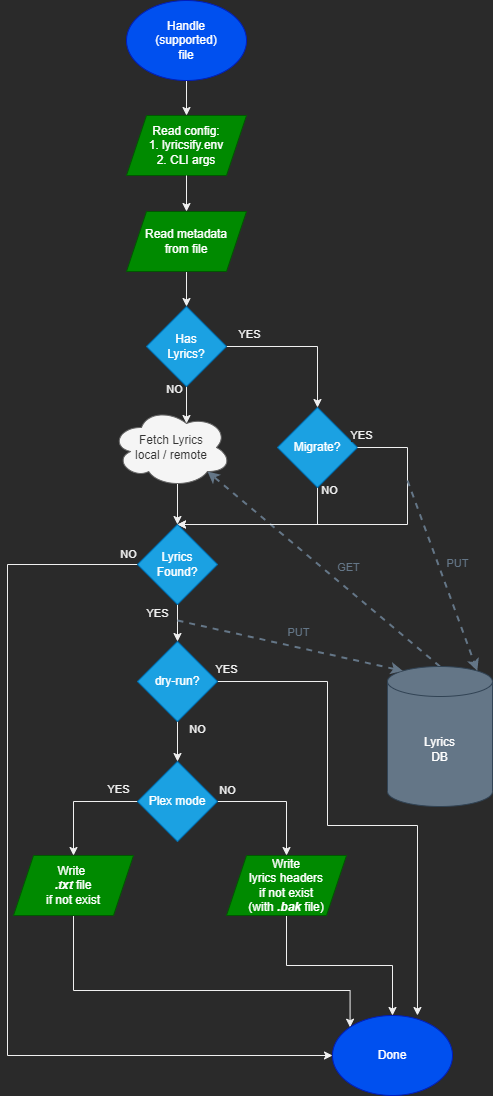
yoavain/lyricsify-cli keeps this draw.io diagram as docs/flow-chart.drawio.png. Above is the earlier version. Source tidied: cells renumbered, new cells last; positions are measured from the earlier drawing's top-left corner, leaving out a move shared by most shapes.
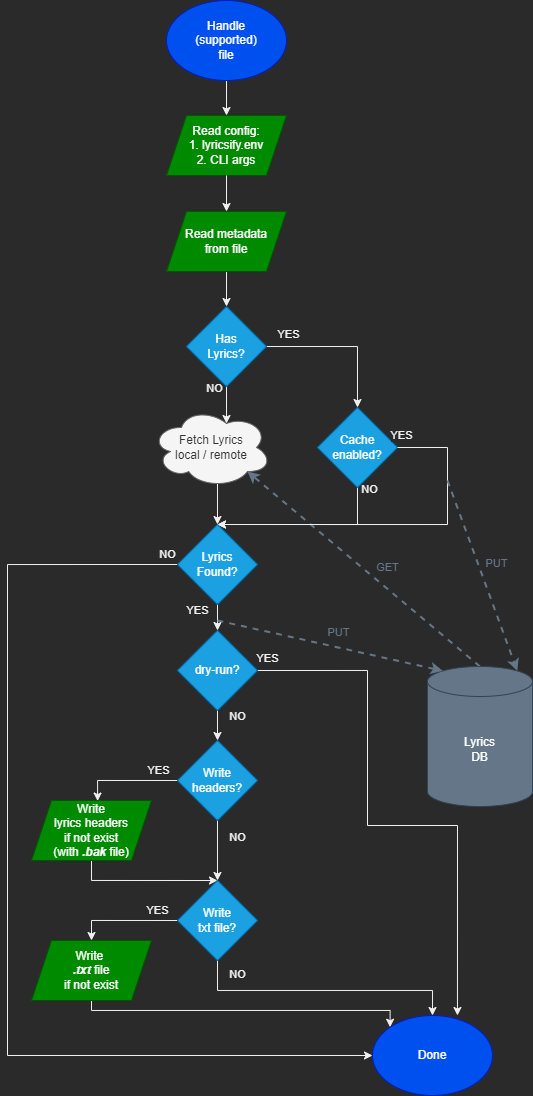
After the commit.

Commit message:
Flow chart change

Change to the diagram source:
```diff
@@ -21,7 +21,7 @@
         </Array>
       </mxGeometry>
     </mxCell>
-    <mxCell id="7" value="Migrate?" style="rhombus;whiteSpace=wrap;html=1;fillColor=#1ba1e2;fontColor=#ffffff;strokeColor=#006EAF;" parent="1" vertex="1">
+    <mxCell id="7" value="Cache enabled?" style="rhombus;whiteSpace=wrap;html=1;fillColor=#1ba1e2;fontColor=#ffffff;strokeColor=#006EAF;" parent="1" vertex="1">
       <mxGeometry x="270" y="407" width="80" height="80" as="geometry" />
     </mxCell>
     <mxCell id="8" value="GET" style="rounded=0;jettySize=auto;html=1;exitX=0.5;exitY=0;exitDx=0;exitDy=0;exitPerimeter=0;entryX=0.8;entryY=0.8;entryDx=0;entryDy=0;entryPerimeter=0;fontColor=#647687;dashed=1;strokeColor=#647687;strokeWidth=2;" parent="1" edge="1" source="9" target="11">
@@ -57,8 +57,8 @@
     <mxCell id="18" value="NO" style="edgeStyle=orthogonalEdgeStyle;rounded=0;jettySize=auto;html=1;exitX=0;exitY=0.5;exitDx=0;exitDy=0;entryX=0;entryY=0.5;entryDx=0;entryDy=0;" parent="1" edge="1" source="19" target="32">
       <mxGeometry x="-0.98" y="-10" relative="1" as="geometry">
         <Array as="points">
-          <mxPoint y="564" />
-          <mxPoint y="1055" />
+          <mxPoint x="-40" y="564" />
+          <mxPoint x="-40" y="1055" />
         </Array>
       </mxGeometry>
     </mxCell>
@@ -71,14 +71,14 @@
     <mxCell id="21" value="YES" style="edgeStyle=orthogonalEdgeStyle;rounded=0;jettySize=auto;html=1;exitX=1;exitY=0.5;exitDx=0;exitDy=0;entryX=0.708;entryY=0;entryDx=0;entryDy=0;entryPerimeter=0;" parent="1" edge="1" source="22" target="32">
       <mxGeometry x="-0.96" y="12" relative="1" as="geometry">
         <Array as="points">
-          <mxPoint x="320" y="681" />
+          <mxPoint x="320" y="670" />
           <mxPoint x="320" y="825" />
           <mxPoint x="410" y="825" />
         </Array>
       </mxGeometry>
     </mxCell>
     <mxCell id="22" value="dry-run?" style="rhombus;whiteSpace=wrap;html=1;fillColor=#1ba1e2;fontColor=#ffffff;strokeColor=#006EAF;" parent="1" vertex="1">
-      <mxGeometry x="130" y="641" width="80" height="80" as="geometry" />
+      <mxGeometry x="130" y="630" width="80" height="80" as="geometry" />
     </mxCell>
     <mxCell id="23" style="rounded=0;jettySize=auto;html=1;entryX=0.145;entryY=0;entryDx=0;entryDy=4.35;entryPerimeter=0;dashed=1;strokeColor=#647687;strokeWidth=2;" parent="1" edge="1" target="9">
       <mxGeometry x="-0.85" y="10" relative="1" as="geometry">
@@ -90,31 +90,35 @@
         <mxPoint x="19" y="-10" as="offset" />
       </mxGeometry>
     </mxCell>
-    <mxCell id="25" value="YES" style="edgeStyle=orthogonalEdgeStyle;rounded=0;jettySize=auto;html=1;exitX=0;exitY=0.5;exitDx=0;exitDy=0;" parent="1" edge="1" source="27" target="29">
-      <mxGeometry x="-0.68" y="-12" relative="1" as="geometry" />
-    </mxCell>
+    <mxCell id="35" value="NO" style="edgeStyle=orthogonalEdgeStyle;rounded=0;jettySize=auto;html=1;exitX=0.5;exitY=1;exitDx=0;exitDy=0;entryX=0.5;entryY=0;entryDx=0;entryDy=0;" parent="1" edge="1" source="27" target="39">
+      <mxGeometry x="-0.43" y="20" relative="1" as="geometry" />
+    </mxCell>
-    <mxCell id="26" value="NO" style="edgeStyle=orthogonalEdgeStyle;rounded=0;jettySize=auto;html=1;exitX=1;exitY=0.5;exitDx=0;exitDy=0;" parent="1" edge="1" source="27" target="31">
-      <mxGeometry x="-0.84" y="11" relative="1" as="geometry" />
+    <mxCell id="26" value="YES" style="edgeStyle=orthogonalEdgeStyle;rounded=0;jettySize=auto;html=1;exitX=0;exitY=0.5;exitDx=0;exitDy=0;entryX=0.551;entryY=0.009;entryDx=0;entryDy=0;entryPerimeter=0;" parent="1" edge="1" source="27" target="31">
+      <mxGeometry x="-0.62" y="-10" relative="1" as="geometry" />
     </mxCell>
-    <mxCell id="27" value="Plex mode" style="rhombus;whiteSpace=wrap;html=1;fillColor=#1ba1e2;fontColor=#ffffff;strokeColor=#006EAF;" parent="1" vertex="1">
-      <mxGeometry x="130" y="761" width="80" height="80" as="geometry" />
+    <mxCell id="27" value="Write&lt;br&gt;headers?" style="rhombus;whiteSpace=wrap;html=1;fillColor=#1ba1e2;fontColor=#ffffff;strokeColor=#006EAF;" parent="1" vertex="1">
+      <mxGeometry x="130" y="740" width="80" height="80" as="geometry" />
     </mxCell>
     <mxCell id="28" style="edgeStyle=orthogonalEdgeStyle;rounded=0;jettySize=auto;html=1;exitX=0.5;exitY=1;exitDx=0;exitDy=0;entryX=0;entryY=0;entryDx=0;entryDy=0;" parent="1" edge="1" source="29" target="32">
       <mxGeometry relative="1" as="geometry">
         <Array as="points">
-          <mxPoint x="66" y="990" />
-          <mxPoint x="343" y="990" />
+          <mxPoint x="44" y="1010" />
+          <mxPoint x="343" y="1010" />
         </Array>
       </mxGeometry>
     </mxCell>
     <mxCell id="29" value="Write &lt;br&gt;&lt;b&gt;&lt;i&gt;.txt&lt;/i&gt;&lt;/b&gt; file&lt;br&gt;if not exist" style="shape=parallelogram;perimeter=parallelogramPerimeter;whiteSpace=wrap;html=1;fixedSize=1;fillColor=#008a00;fontColor=#ffffff;strokeColor=#005700;" parent="1" vertex="1">
-      <mxGeometry x="6" y="855" width="120" height="60" as="geometry" />
+      <mxGeometry x="-16" y="940" width="120" height="60" as="geometry" />
     </mxCell>
-    <mxCell id="30" style="edgeStyle=orthogonalEdgeStyle;rounded=0;jettySize=auto;html=1;exitX=0.5;exitY=1;exitDx=0;exitDy=0;" parent="1" edge="1" source="31" target="32">
-      <mxGeometry relative="1" as="geometry" />
-    </mxCell>
+    <mxCell id="36" style="edgeStyle=orthogonalEdgeStyle;rounded=0;jettySize=auto;html=1;exitX=0.5;exitY=1;exitDx=0;exitDy=0;entryX=0.5;entryY=0;entryDx=0;entryDy=0;" parent="1" edge="1" source="31" target="39">
+      <mxGeometry relative="1" as="geometry">
+        <Array as="points">
+          <mxPoint x="44" y="880" />
+        </Array>
+      </mxGeometry>
+    </mxCell>
     <mxCell id="31" value="Write&lt;br&gt;lyrics headers&lt;br&gt;if not exist&lt;br&gt;(with &lt;b&gt;&lt;i&gt;.bak&lt;/i&gt;&lt;/b&gt; file)" style="shape=parallelogram;perimeter=parallelogramPerimeter;whiteSpace=wrap;html=1;fixedSize=1;fillColor=#008a00;fontColor=#ffffff;strokeColor=#005700;" parent="1" vertex="1">
-      <mxGeometry x="219" y="855" width="120" height="60" as="geometry" />
+      <mxGeometry x="-16" y="800" width="120" height="60" as="geometry" />
     </mxCell>
     <mxCell id="32" value="Done" style="ellipse;whiteSpace=wrap;html=1;fillColor=#0050ef;fontColor=#ffffff;strokeColor=#001DBC;" parent="1" vertex="1">
       <mxGeometry x="325" y="1015" width="120" height="80" as="geometry" />
@@ -132,5 +136,19 @@
         <mxPoint x="400" y="480" as="sourcePoint" />
       </mxGeometry>
     </mxCell>
+    <mxCell id="37" value="NO" style="edgeStyle=orthogonalEdgeStyle;rounded=0;jettySize=auto;html=1;exitX=0.5;exitY=1;exitDx=0;exitDy=0;entryX=0.5;entryY=0;entryDx=0;entryDy=0;" parent="1" edge="1" source="39" target="32">
+      <mxGeometry x="-0.9" y="20" relative="1" as="geometry">
+        <Array as="points">
+          <mxPoint x="170" y="990" />
+          <mxPoint x="385" y="990" />
+        </Array>
+      </mxGeometry>
+    </mxCell>
+    <mxCell id="38" value="YES" style="edgeStyle=orthogonalEdgeStyle;rounded=0;jettySize=auto;html=1;exitX=0;exitY=0.5;exitDx=0;exitDy=0;entryX=0.5;entryY=0;entryDx=0;entryDy=0;" parent="1" edge="1" source="39" target="29">
+      <mxGeometry x="-0.62" y="-10" relative="1" as="geometry" />
+    </mxCell>
+    <mxCell id="39" value="Write&lt;br&gt;txt file?" style="rhombus;whiteSpace=wrap;html=1;fillColor=#1ba1e2;fontColor=#ffffff;strokeColor=#006EAF;" parent="1" vertex="1">
+      <mxGeometry x="130" y="880" width="80" height="80" as="geometry" />
+    </mxCell>
   </root>
 </mxGraphModel>
```
